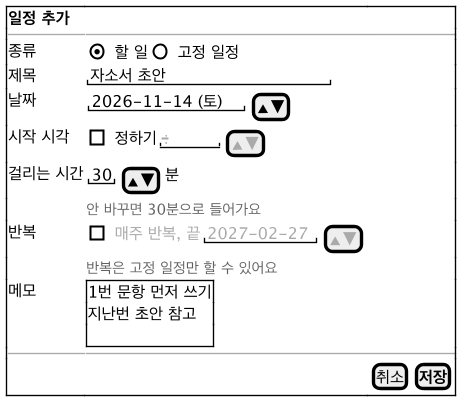
This is docs/diagrams/ui-form.png from 2026-2-software-system-design-11/planning-pet-app, a PlantUML export, as it was before one commit.
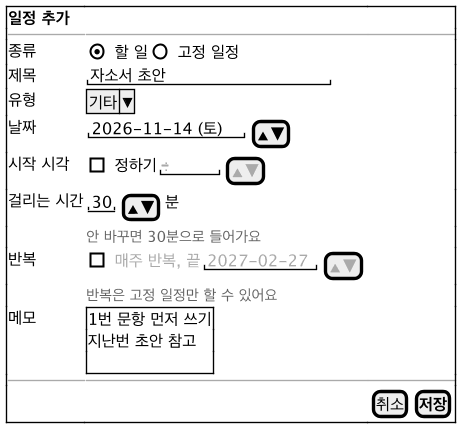
After the commit.

Change to the diagram source:
```diff
@@ -5,6 +5,7 @@
   --|--|--
   종류 | { (X) 할 일 | () 고정 일정 } | .
   제목 | "자소서 초안                " | .
+  유형 | ^기타^ | .
   날짜 | { "2026-11-14 (토)" | [▲▼] } | .
   시작 시각 | { [ ] 정하기 | "<color:#AAAAAA>--:--</color>" | [<color:#AAAAAA>▲▼</color>] } | .
   걸리는 시간 | { "30" | [▲▼] | 분 } | .
```
